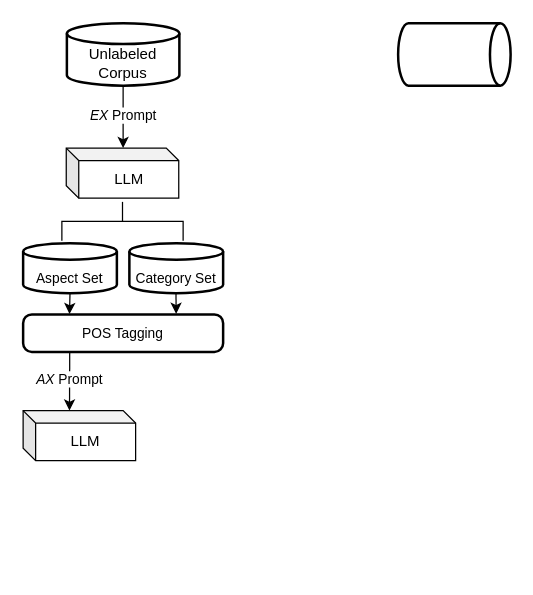
Before: Untitled Diagram.drawio in sara-kaczmarek/LLMB4ABSC, a draw.io diagram. Source tidied: cells renumbered, new cells numbered last; positions are measured from the earlier drawing's top-left corner, leaving out a move shared by most shapes. Both pictures are drawn from the tidied source at 125%, with x=0, y=0 at pixel (22, 22).
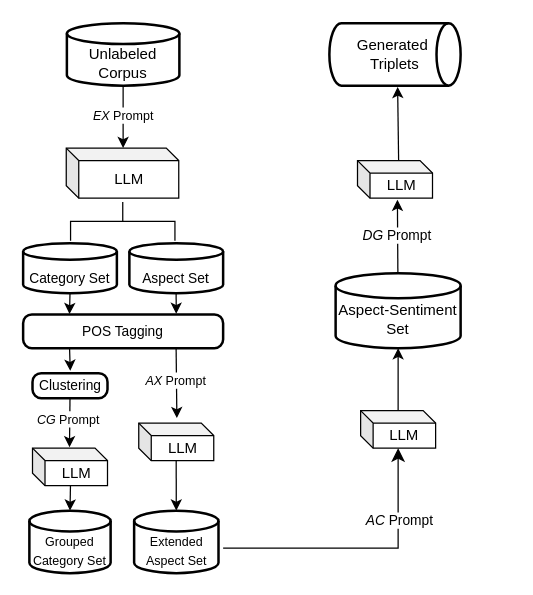
The same page after the edit.

The change refers to these unchanged cells:
```xml
<mxCell id="4" style="endArrow=classic;html=1;rounded=1;exitX=0.5;exitY=1;exitDx=0;exitDy=0;exitPerimeter=0;" parent="1" edge="1" source="3">
  <mxGeometry relative="1" as="geometry">
    <mxPoint x="80" y="100" as="targetPoint" />
  </mxGeometry>
</mxCell>
```

The edit, as a diff of the source:
```diff
@@
-    <mxCell id="5" value="&lt;i&gt;EX&lt;/i&gt; Prompt" style="edgeLabel;html=1;align=center;verticalAlign=middle;rounded=1;" parent="4" vertex="1">
+    <mxCell id="5" value="&lt;font style=&quot;font-size: 10px;&quot;&gt;&lt;i&gt;EX&lt;/i&gt; Prompt&lt;/font&gt;" style="edgeLabel;html=1;align=center;verticalAlign=middle;rounded=1;" parent="4" vertex="1">
       <mxGeometry x="-0.1" y="-1" relative="1" as="geometry" />
     </mxCell>
     <mxCell id="6" value="&lt;div&gt;&lt;font style=&quot;background-color: transparent; color: light-dark(rgb(0, 0, 0), rgb(255, 255, 255)); font-size: 11px;&quot;&gt;&lt;br&gt;&lt;/font&gt;&lt;/div&gt;&lt;div&gt;&lt;font style=&quot;background-color: transparent; color: light-dark(rgb(0, 0, 0), rgb(255, 255, 255)); font-size: 11px;&quot;&gt;Aspect Se&lt;/font&gt;&lt;span style=&quot;background-color: transparent; color: light-dark(rgb(0, 0, 0), rgb(255, 255, 255));&quot;&gt;t&lt;/span&gt;&lt;/div&gt;" style="strokeWidth=2;html=1;shape=mxgraph.flowchart.database;whiteSpace=wrap;rounded=1;" parent="1" vertex="1">
-      <mxGeometry y="176" width="75" height="40" as="geometry" />
+      <mxGeometry x="85" y="176" width="75" height="40" as="geometry" />
     </mxCell>
     <mxCell id="7" value="&lt;div&gt;&lt;br&gt;&lt;/div&gt;&lt;div&gt;&lt;font style=&quot;font-size: 11px;&quot;&gt;Category Set&lt;/font&gt;&lt;/div&gt;" style="strokeWidth=2;html=1;shape=mxgraph.flowchart.database;whiteSpace=wrap;rounded=1;" parent="1" vertex="1">
-      <mxGeometry x="85" y="176" width="75" height="40" as="geometry" />
+      <mxGeometry y="176" width="75" height="40" as="geometry" />
     </mxCell>
     <mxCell id="8" style="strokeWidth=1;html=1;shape=mxgraph.flowchart.annotation_2;align=left;labelPosition=right;rotation=90;rounded=1;" parent="1" vertex="1">
-      <mxGeometry x="64" y="110" width="31" height="97" as="geometry" />
+      <mxGeometry x="64.2" y="116.8" width="31" height="83.5" as="geometry" />
     </mxCell>
-    <mxCell id="9" style="strokeWidth=2;html=1;shape=mxgraph.flowchart.direct_data;whiteSpace=wrap;rounded=1;" parent="1" vertex="1">
-      <mxGeometry x="300" width="90" height="50" as="geometry" />
+    <mxCell id="9" value="Generated&amp;nbsp;&lt;div&gt;Triplets&lt;/div&gt;" style="strokeWidth=2;html=1;shape=mxgraph.flowchart.direct_data;whiteSpace=wrap;rounded=1;" parent="1" vertex="1">
+      <mxGeometry x="245" width="105" height="50" as="geometry" />
     </mxCell>
     <mxCell id="10" value="&lt;font style=&quot;font-size: 11px;&quot;&gt;POS Tagging&lt;/font&gt;" style="rounded=1;whiteSpace=wrap;html=1;absoluteArcSize=1;arcSize=14;strokeWidth=2;" parent="1" vertex="1">
-      <mxGeometry y="233" width="160" height="30" as="geometry" />
+      <mxGeometry y="233" width="160" height="27" as="geometry" />
     </mxCell>
-    <mxCell id="11" style="endArrow=classic;html=1;rounded=1;exitX=0.5;exitY=1;exitDx=0;exitDy=0;exitPerimeter=0;entryX=0.765;entryY=-0.013;entryDx=0;entryDy=0;entryPerimeter=0;" parent="1" edge="1" target="10">
+    <mxCell id="11" style="endArrow=classic;html=1;rounded=1;exitX=0.5;exitY=1;exitDx=0;exitDy=0;exitPerimeter=0;entryX=0.765;entryY=-0.013;entryDx=0;entryDy=0;entryPerimeter=0;" parent="1" edge="1">
       <mxGeometry relative="1" as="geometry">
-        <mxPoint x="122.3" y="216" as="sourcePoint" />
+        <mxPoint x="122.4" y="216" as="sourcePoint" />
+        <mxPoint x="122.5" y="232.6" as="targetPoint" />
       </mxGeometry>
     </mxCell>
-    <mxCell id="12" style="endArrow=classic;html=1;rounded=1;exitX=0.5;exitY=1;exitDx=0;exitDy=0;exitPerimeter=0;entryX=0.232;entryY=-0.008;entryDx=0;entryDy=0;entryPerimeter=0;" parent="1" edge="1" source="6" target="10">
+    <mxCell id="12" style="endArrow=classic;html=1;rounded=1;exitX=0.5;exitY=1;exitDx=0;exitDy=0;exitPerimeter=0;entryX=0.232;entryY=-0.008;entryDx=0;entryDy=0;entryPerimeter=0;" parent="1" edge="1" source="7" target="10">
       <mxGeometry relative="1" as="geometry" />
     </mxCell>
     <mxCell id="13" value="LLM" style="shape=cube;whiteSpace=wrap;html=1;boundedLbl=1;backgroundOutline=1;darkOpacity=0.05;darkOpacity2=0.1;size=10;rounded=1;" parent="1" vertex="1">
-      <mxGeometry y="310" width="90" height="40" as="geometry" />
+      <mxGeometry x="92.5" y="320" width="60" height="30" as="geometry" />
     </mxCell>
-    <mxCell id="14" style="endArrow=classic;html=1;rounded=1;exitX=0.233;exitY=1.032;exitDx=0;exitDy=0;exitPerimeter=0;" parent="1" edge="1" source="10">
+    <mxCell id="14" style="endArrow=classic;html=1;rounded=1;exitX=0.765;exitY=1.028;exitDx=0;exitDy=0;exitPerimeter=0;" parent="1" edge="1" source="10">
       <mxGeometry relative="1" as="geometry">
-        <mxPoint x="37.1" y="310" as="targetPoint" />
+        <mxPoint x="123" y="316" as="targetPoint" />
       </mxGeometry>
     </mxCell>
-    <mxCell id="15" value="&lt;i&gt;AX&lt;/i&gt; Prompt" style="edgeLabel;html=1;align=center;verticalAlign=middle;rounded=1;" parent="14" vertex="1">
+    <mxCell id="15" value="&lt;font style=&quot;font-size: 10px;&quot;&gt;&lt;i&gt;AX&lt;/i&gt; Prompt&lt;/font&gt;" style="edgeLabel;html=1;align=center;verticalAlign=middle;rounded=1;" parent="14" vertex="1">
       <mxGeometry x="-0.1" y="-1" relative="1" as="geometry" />
     </mxCell>
+    <mxCell id="16" value="&lt;font style=&quot;font-size: 11px;&quot;&gt;Clustering&lt;/font&gt;" style="rounded=1;whiteSpace=wrap;html=1;absoluteArcSize=1;arcSize=14;strokeWidth=2;" parent="1" vertex="1">
+      <mxGeometry x="7.5" y="280" width="60" height="20" as="geometry" />
+    </mxCell>
+    <mxCell id="17" value="&lt;div&gt;&lt;font style=&quot;background-color: transparent; color: light-dark(rgb(0, 0, 0), rgb(255, 255, 255)); font-size: 11px;&quot;&gt;&lt;br&gt;&lt;/font&gt;&lt;/div&gt;&lt;div&gt;&lt;font style=&quot;background-color: transparent; color: light-dark(rgb(0, 0, 0), rgb(255, 255, 255)); font-size: 10px;&quot;&gt;Extended&lt;/font&gt;&lt;/div&gt;&lt;div&gt;&lt;font style=&quot;font-size: 10px; background-color: transparent; color: light-dark(rgb(0, 0, 0), rgb(255, 255, 255));&quot;&gt;Aspect Se&lt;/font&gt;&lt;span style=&quot;font-size: 10px; background-color: transparent; color: light-dark(rgb(0, 0, 0), rgb(255, 255, 255));&quot;&gt;t&lt;/span&gt;&lt;/div&gt;" style="strokeWidth=2;html=1;shape=mxgraph.flowchart.database;whiteSpace=wrap;rounded=1;" parent="1" vertex="1">
+      <mxGeometry x="88.8" y="390" width="67.5" height="50" as="geometry" />
+    </mxCell>
+    <mxCell id="18" value="&lt;div&gt;&lt;font style=&quot;background-color: transparent; color: light-dark(rgb(0, 0, 0), rgb(255, 255, 255)); font-size: 11px;&quot;&gt;&lt;br&gt;&lt;/font&gt;&lt;/div&gt;&lt;div&gt;&lt;font style=&quot;background-color: transparent; color: light-dark(rgb(0, 0, 0), rgb(255, 255, 255)); font-size: 10px;&quot;&gt;Grouped&lt;/font&gt;&lt;/div&gt;&lt;div&gt;&lt;font style=&quot;font-size: 10px; background-color: transparent; color: light-dark(rgb(0, 0, 0), rgb(255, 255, 255));&quot;&gt;Category Se&lt;/font&gt;&lt;span style=&quot;font-size: 10px; background-color: transparent; color: light-dark(rgb(0, 0, 0), rgb(255, 255, 255));&quot;&gt;t&lt;/span&gt;&lt;/div&gt;" style="strokeWidth=2;html=1;shape=mxgraph.flowchart.database;whiteSpace=wrap;rounded=1;" parent="1" vertex="1">
+      <mxGeometry x="5" y="390" width="65" height="50" as="geometry" />
+    </mxCell>
+    <mxCell id="19" style="endArrow=classic;html=1;rounded=1;entryX=0.5;entryY=0;entryDx=0;entryDy=0;entryPerimeter=0;exitX=0.499;exitY=0.998;exitDx=0;exitDy=0;exitPerimeter=0;" parent="1" edge="1" source="13" target="17">
+      <mxGeometry relative="1" as="geometry" />
+    </mxCell>
+    <mxCell id="20" style="endArrow=classic;html=1;rounded=1;exitX=0.5;exitY=1;exitDx=0;exitDy=0;entryX=0.493;entryY=-0.024;entryDx=0;entryDy=0;entryPerimeter=0;" parent="1" edge="1" source="16" target="23">
+      <mxGeometry relative="1" as="geometry" />
+    </mxCell>
+    <mxCell id="21" value="&lt;font style=&quot;font-size: 10px;&quot;&gt;&lt;i&gt;CG&lt;/i&gt; Prompt&lt;/font&gt;" style="edgeLabel;html=1;align=center;verticalAlign=middle;rounded=1;" parent="20" vertex="1">
+      <mxGeometry x="-0.11" y="-2" relative="1" as="geometry" />
+    </mxCell>
+    <mxCell id="22" style="endArrow=classic;html=1;rounded=1;entryX=0.504;entryY=-0.091;entryDx=0;entryDy=0;exitX=0.232;exitY=0.987;exitDx=0;exitDy=0;exitPerimeter=0;entryPerimeter=0;" parent="1" edge="1" source="10" target="16">
+      <mxGeometry relative="1" as="geometry" />
+    </mxCell>
+    <mxCell id="23" value="LLM" style="shape=cube;whiteSpace=wrap;html=1;boundedLbl=1;backgroundOutline=1;darkOpacity=0.05;darkOpacity2=0.1;size=10;rounded=1;" parent="1" vertex="1">
+      <mxGeometry x="7.5" y="340" width="60" height="30" as="geometry" />
+    </mxCell>
+    <mxCell id="24" style="endArrow=classic;html=1;rounded=1;exitX=0.506;exitY=1.012;exitDx=0;exitDy=0;exitPerimeter=0;entryX=0.5;entryY=0;entryDx=0;entryDy=0;entryPerimeter=0;" parent="1" edge="1" source="23" target="18">
+      <mxGeometry relative="1" as="geometry" />
+    </mxCell>
+    <mxCell id="25" value="&lt;div&gt;&lt;br&gt;&lt;/div&gt;&lt;div&gt;Aspect-Sentiment&lt;/div&gt;&lt;div&gt;Set&lt;/div&gt;" style="strokeWidth=2;html=1;shape=mxgraph.flowchart.database;whiteSpace=wrap;rounded=1;" parent="1" vertex="1">
+      <mxGeometry x="250" y="200" width="100" height="60" as="geometry" />
+    </mxCell>
+    <mxCell id="26" style="endArrow=classic;html=1;rounded=1;entryX=0.5;entryY=1;entryDx=0;entryDy=0;entryPerimeter=0;" parent="1" edge="1" source="30" target="25">
+      <mxGeometry relative="1" as="geometry" />
+    </mxCell>
+    <mxCell id="27" style="endArrow=classic;html=1;rounded=1;entryX=0.532;entryY=1.041;entryDx=0;entryDy=0;entryPerimeter=0;" parent="1" edge="1" target="29">
+      <mxGeometry relative="1" as="geometry">
+        <mxPoint x="299.8" y="200" as="sourcePoint" />
+      </mxGeometry>
+    </mxCell>
+    <mxCell id="28" value="&lt;i&gt;DG&lt;/i&gt; Prompt" style="edgeLabel;html=1;align=center;verticalAlign=middle;rounded=1;" parent="27" vertex="1">
+      <mxGeometry x="0.05" y="1" relative="1" as="geometry" />
+    </mxCell>
+    <mxCell id="29" value="LLM" style="shape=cube;whiteSpace=wrap;html=1;boundedLbl=1;backgroundOutline=1;darkOpacity=0.05;darkOpacity2=0.1;size=10;rounded=1;" parent="1" vertex="1">
+      <mxGeometry x="267.5" y="110" width="60" height="30" as="geometry" />
+    </mxCell>
+    <mxCell id="30" value="LLM" style="shape=cube;whiteSpace=wrap;html=1;boundedLbl=1;backgroundOutline=1;darkOpacity=0.05;darkOpacity2=0.1;size=10;rounded=1;" parent="1" vertex="1">
+      <mxGeometry x="270" y="310" width="60" height="30" as="geometry" />
+    </mxCell>
+    <mxCell id="31" style="edgeStyle=segmentEdgeStyle;endArrow=classic;html=1;curved=0;rounded=0;endSize=8;startSize=8;" parent="1" edge="1">
+      <mxGeometry relative="1" as="geometry">
+        <mxPoint x="160" y="420" as="sourcePoint" />
+        <mxPoint x="300" y="340" as="targetPoint" />
+      </mxGeometry>
+    </mxCell>
+    <mxCell id="32" value="&lt;i&gt;AC &lt;/i&gt;Prompt" style="edgeLabel;html=1;align=center;verticalAlign=middle;rounded=1;" parent="31" vertex="1">
+      <mxGeometry x="0.48" relative="1" as="geometry" />
+    </mxCell>
+    <mxCell id="33" style="endArrow=classic;html=1;rounded=1;entryX=0.532;entryY=1.041;entryDx=0;entryDy=0;entryPerimeter=0;" parent="1" edge="1">
+      <mxGeometry relative="1" as="geometry">
+        <mxPoint x="300.4" y="110" as="sourcePoint" />
+        <mxPoint x="299.6" y="51" as="targetPoint" />
+      </mxGeometry>
+    </mxCell>
```
